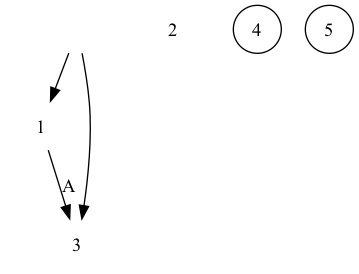
Earlier version of the Graphviz export images/nfa_1.gv.png (gg9192/TOC_project). Its source is kept beside it as images/nfa_1.gv.
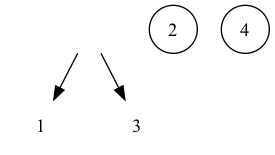
Above is the later version.

Diff of the diagram source:
```diff
@@ -1,11 +1,9 @@
 digraph nfa {
 	Start [label="" shape=none]
 	1 [label=1 shape=plaintext]
-	2 [label=2 shape=plaintext]
+	2 [label=2 shape=circle]
 	3 [label=3 shape=plaintext]
 	4 [label=4 shape=circle]
-	5 [label=5 shape=circle]
 	Start -> 1
 	Start -> 3
-	1 -> 3 [label=A]
 }
```
